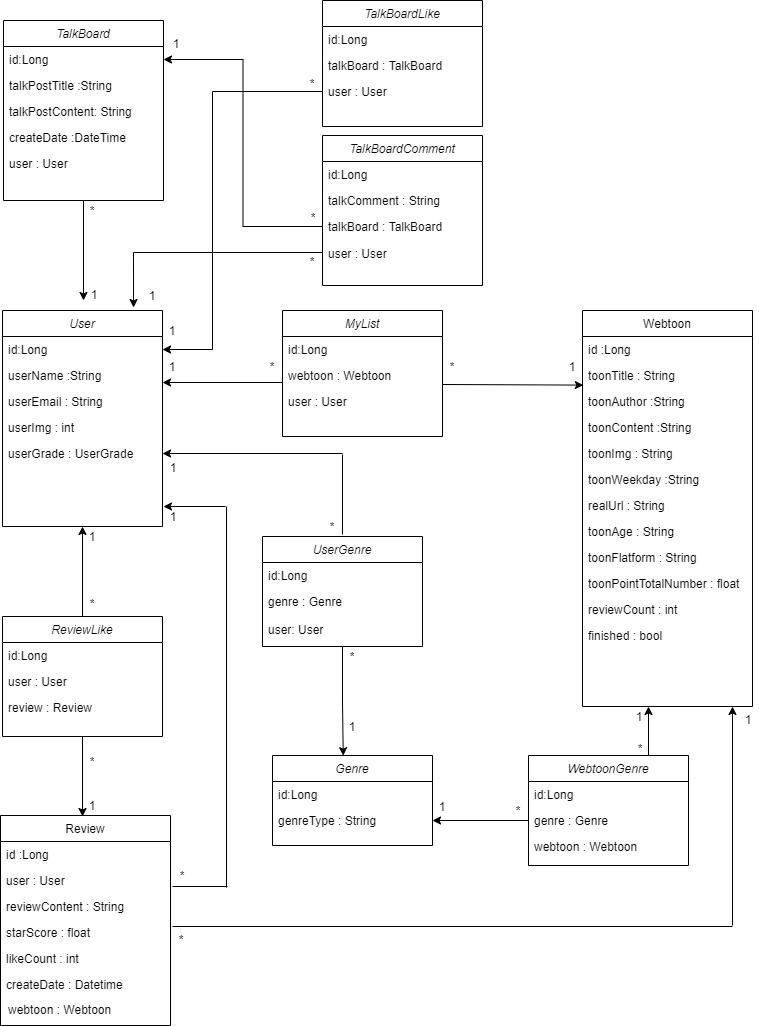
Before: webtooniverse Diagram.png, a diagram exported from draw.io (yeonnwoo/Webtooni_server). Source tidied: cells renumbered, new cells last; positions are measured from the earlier drawing's top-left corner, leaving out a move shared by most shapes.
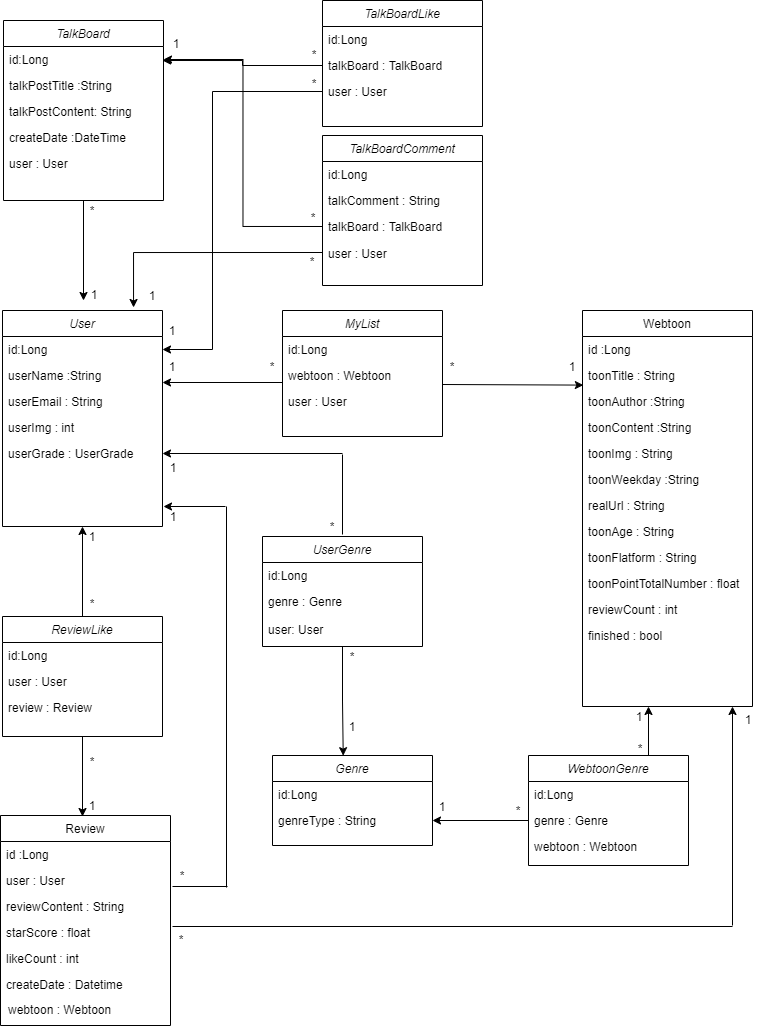
Above is the later version.

The edit, as a diff of the source:
```diff
@@ -359,7 +359,15 @@
       <mxGeometry x="162" y="320" width="20" height="20" as="geometry" />
     </mxCell>
     <mxCell id="108" value="*" style="text;html=1;strokeColor=none;fillColor=none;align=center;verticalAlign=middle;whiteSpace=wrap;rounded=0;" parent="1" vertex="1">
-      <mxGeometry x="302" y="73" width="20" height="20" as="geometry" />
+      <mxGeometry x="304" y="73" width="20" height="20" as="geometry" />
     </mxCell>
+    <mxCell id="109" style="edgeStyle=orthogonalEdgeStyle;rounded=0;jettySize=auto;html=1;exitX=0;exitY=0.5;exitDx=0;exitDy=0;" parent="1" edge="1" source="84">
+      <mxGeometry relative="1" as="geometry">
+        <mxPoint x="162" y="60" as="targetPoint" />
+      </mxGeometry>
+    </mxCell>
+    <mxCell id="110" value="*" style="text;html=1;strokeColor=none;fillColor=none;align=center;verticalAlign=middle;whiteSpace=wrap;rounded=0;" parent="1" vertex="1">
+      <mxGeometry x="304" y="44" width="20" height="20" as="geometry" />
+    </mxCell>
   </root>
 </mxGraphModel>
```
